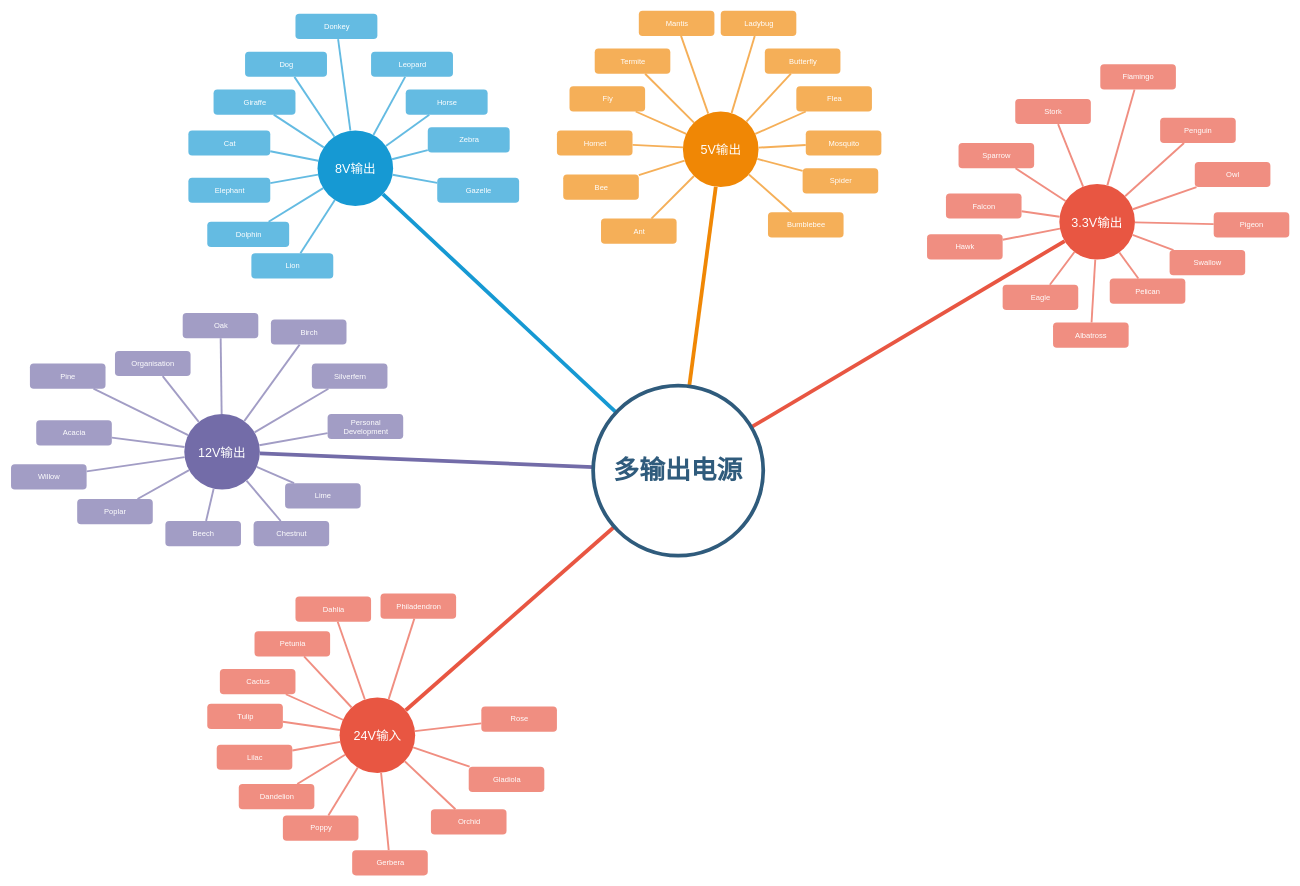
This is 未命名绘图.drawio from godmid/pic-for-cdn, a draw.io file, before an edit. Source tidied: cells renumbered, new cells numbered last; positions are measured from the earlier drawing's top-left corner, leaving out a move shared by most shapes. Both pictures are drawn from the tidied source at 63%, with x=0, y=0 at pixel (11, 11).
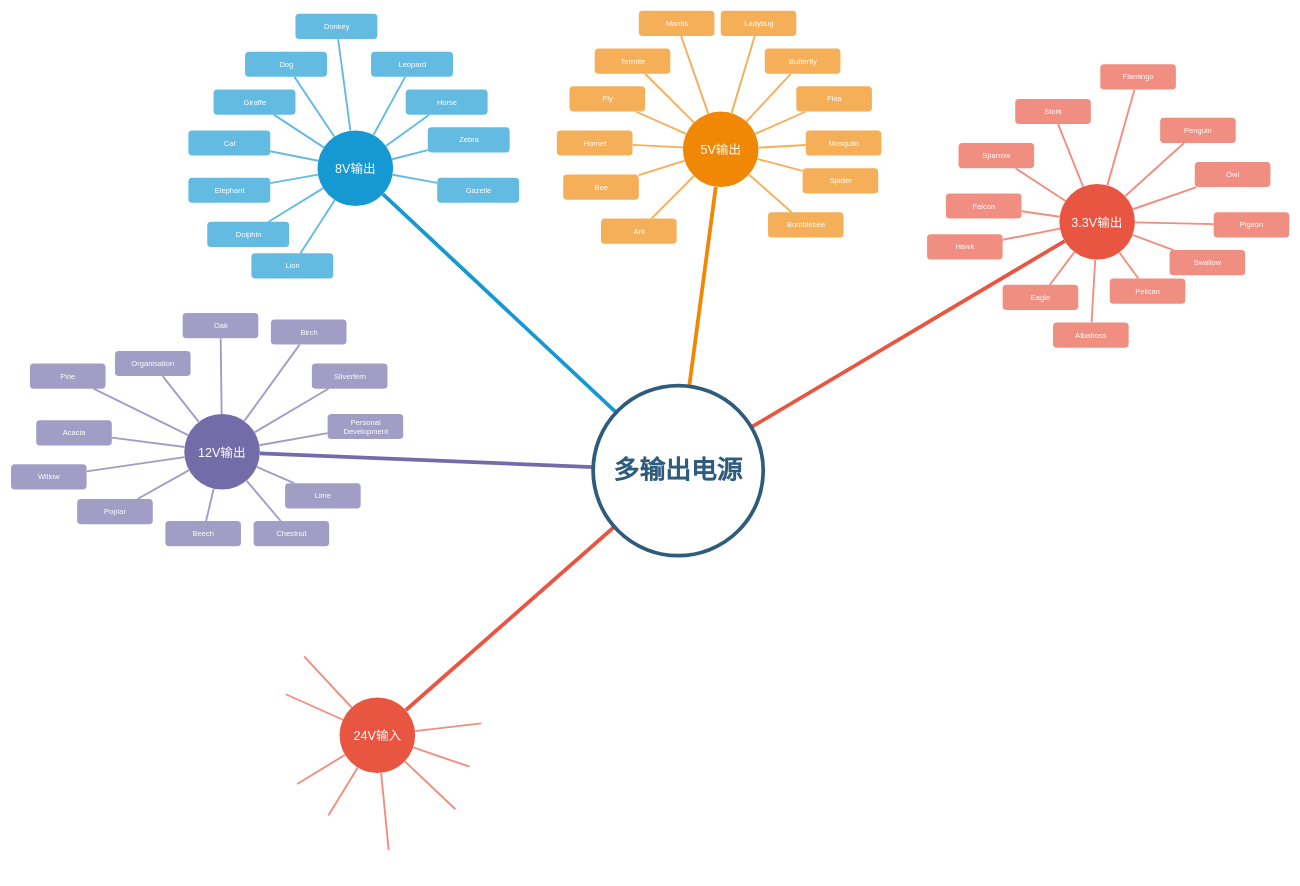
The same diagram, later.

Commit message (it also covers changes not shown here):
更新未命名绘图.drawio

Unchanged cells that the change refers to:
```xml
<mxCell id="5" value="24V输入" style="ellipse;whiteSpace=wrap;html=1;shadow=0;fontFamily=Helvetica;fontSize=20;fontColor=#FFFFFF;align=center;strokeWidth=3;fillColor=#E85642;strokeColor=none;" parent="1" vertex="1">
  <mxGeometry x="521.5" y="1089.5" width="120" height="120" as="geometry" />
</mxCell>
```

The edit, as a diff of the source:
```diff
@@
-    <mxCell id="81" value="Philadendron" style="rounded=1;fillColor=#f08e81;strokeColor=none;strokeWidth=3;shadow=0;html=1;fontColor=#FFFFFF;" parent="1" vertex="1">
-      <mxGeometry x="586.5" y="924.5" width="120" height="40" as="geometry" />
-    </mxCell>
-    <mxCell id="82" value="Dahlia" style="rounded=1;fillColor=#f08e81;strokeColor=none;strokeWidth=3;shadow=0;html=1;fontColor=#FFFFFF;" parent="1" vertex="1">
-      <mxGeometry x="451.5" y="929.5" width="120" height="40" as="geometry" />
-    </mxCell>
-    <mxCell id="83" value="Petunia" style="rounded=1;fillColor=#f08e81;strokeColor=none;strokeWidth=3;shadow=0;html=1;fontColor=#FFFFFF;" parent="1" vertex="1">
-      <mxGeometry x="386.5" y="984.5" width="120" height="40" as="geometry" />
-    </mxCell>
-    <mxCell id="84" value="Cactus" style="rounded=1;fillColor=#f08e81;strokeColor=none;strokeWidth=3;shadow=0;html=1;fontColor=#FFFFFF;" parent="1" vertex="1">
-      <mxGeometry x="331.5" y="1044.5" width="120" height="40" as="geometry" />
-    </mxCell>
-    <mxCell id="85" value="Tulip" style="rounded=1;fillColor=#f08e81;strokeColor=none;strokeWidth=3;shadow=0;html=1;fontColor=#FFFFFF;" parent="1" vertex="1">
-      <mxGeometry x="311.5" y="1099.5" width="120" height="40" as="geometry" />
-    </mxCell>
-    <mxCell id="86" value="Lilac" style="rounded=1;fillColor=#f08e81;strokeColor=none;strokeWidth=3;shadow=0;html=1;fontColor=#FFFFFF;" parent="1" vertex="1">
-      <mxGeometry x="326.5" y="1164.5" width="120" height="40" as="geometry" />
-    </mxCell>
-    <mxCell id="87" value="Dandelion" style="rounded=1;fillColor=#f08e81;strokeColor=none;strokeWidth=3;shadow=0;html=1;fontColor=#FFFFFF;" parent="1" vertex="1">
-      <mxGeometry x="361.5" y="1227" width="120" height="40" as="geometry" />
-    </mxCell>
-    <mxCell id="88" value="Poppy" style="rounded=1;fillColor=#f08e81;strokeColor=none;strokeWidth=3;shadow=0;html=1;fontColor=#FFFFFF;" parent="1" vertex="1">
-      <mxGeometry x="431.5" y="1277" width="120" height="40" as="geometry" />
-    </mxCell>
-    <mxCell id="89" value="Gerbera" style="rounded=1;fillColor=#f08e81;strokeColor=none;strokeWidth=3;shadow=0;html=1;fontColor=#FFFFFF;" parent="1" vertex="1">
-      <mxGeometry x="541.5" y="1332" width="120" height="40" as="geometry" />
-    </mxCell>
-    <mxCell id="90" value="Orchid" style="rounded=1;fillColor=#f08e81;strokeColor=none;strokeWidth=3;shadow=0;html=1;fontColor=#FFFFFF;" parent="1" vertex="1">
-      <mxGeometry x="666.5" y="1267" width="120" height="40" as="geometry" />
-    </mxCell>
-    <mxCell id="91" value="Gladiola" style="rounded=1;fillColor=#f08e81;strokeColor=none;strokeWidth=3;shadow=0;html=1;fontColor=#FFFFFF;" parent="1" vertex="1">
-      <mxGeometry x="726.5" y="1199.5" width="120" height="40" as="geometry" />
-    </mxCell>
-    <mxCell id="92" value="Rose" style="rounded=1;fillColor=#f08e81;strokeColor=none;strokeWidth=3;shadow=0;html=1;fontColor=#FFFFFF;" parent="1" vertex="1">
-      <mxGeometry x="746.5" y="1104" width="120" height="40" as="geometry" />
-    </mxCell>
-    <mxCell id="93" style="edgeStyle=none;endArrow=none;strokeWidth=3;strokeColor=#F08E81;html=1;" parent="1" edge="1" source="5" target="92">
-      <mxGeometry x="188.5" y="51.5" as="geometry" />
+    <mxCell id="93" style="edgeStyle=none;endArrow=none;strokeWidth=3;strokeColor=#F08E81;html=1;" parent="1" edge="1" source="5">
+      <mxGeometry x="188.5" y="51.5" as="geometry">
+        <mxPoint x="746.5" y="1130.8" as="targetPoint" />
+      </mxGeometry>
     </mxCell>
-    <mxCell id="94" style="edgeStyle=none;endArrow=none;strokeWidth=3;strokeColor=#F08E81;html=1;" parent="1" edge="1" source="5" target="81">
-      <mxGeometry x="188.5" y="51.5" as="geometry" />
-    </mxCell>
-    <mxCell id="95" style="edgeStyle=none;endArrow=none;strokeWidth=3;strokeColor=#F08E81;html=1;" parent="1" edge="1" source="5" target="82">
-      <mxGeometry x="188.5" y="51.5" as="geometry" />
-    </mxCell>
-    <mxCell id="96" style="edgeStyle=none;endArrow=none;strokeWidth=3;strokeColor=#F08E81;html=1;" parent="1" edge="1" source="5" target="83">
-      <mxGeometry x="188.5" y="51.5" as="geometry" />
+    <mxCell id="96" style="edgeStyle=none;endArrow=none;strokeWidth=3;strokeColor=#F08E81;html=1;" parent="1" edge="1" source="5">
+      <mxGeometry x="188.5" y="51.5" as="geometry">
+        <mxPoint x="465.1" y="1024.5" as="targetPoint" />
+      </mxGeometry>
     </mxCell>
-    <mxCell id="97" style="edgeStyle=none;endArrow=none;strokeWidth=3;strokeColor=#F08E81;html=1;" parent="1" edge="1" source="5" target="84">
-      <mxGeometry x="188.5" y="51.5" as="geometry" />
+    <mxCell id="97" style="edgeStyle=none;endArrow=none;strokeWidth=3;strokeColor=#F08E81;html=1;" parent="1" edge="1" source="5">
+      <mxGeometry x="188.5" y="51.5" as="geometry">
+        <mxPoint x="436.2" y="1084.5" as="targetPoint" />
+      </mxGeometry>
     </mxCell>
-    <mxCell id="98" style="edgeStyle=none;endArrow=none;strokeWidth=3;strokeColor=#F08E81;html=1;" parent="1" edge="1" source="5" target="85">
-      <mxGeometry x="188.5" y="51.5" as="geometry" />
-    </mxCell>
-    <mxCell id="99" style="edgeStyle=none;endArrow=none;strokeWidth=3;strokeColor=#F08E81;html=1;" parent="1" edge="1" source="5" target="86">
-      <mxGeometry x="188.5" y="51.5" as="geometry" />
-    </mxCell>
-    <mxCell id="100" style="edgeStyle=none;endArrow=none;strokeWidth=3;strokeColor=#F08E81;html=1;" parent="1" edge="1" source="5" target="87">
-      <mxGeometry x="188.5" y="51.5" as="geometry" />
+    <mxCell id="100" style="edgeStyle=none;endArrow=none;strokeWidth=3;strokeColor=#F08E81;html=1;" parent="1" edge="1" source="5">
+      <mxGeometry x="188.5" y="51.5" as="geometry">
+        <mxPoint x="454.3" y="1227" as="targetPoint" />
+      </mxGeometry>
     </mxCell>
-    <mxCell id="101" style="edgeStyle=none;endArrow=none;strokeWidth=3;strokeColor=#F08E81;html=1;" parent="1" edge="1" source="5" target="88">
-      <mxGeometry x="188.5" y="51.5" as="geometry" />
+    <mxCell id="101" style="edgeStyle=none;endArrow=none;strokeWidth=3;strokeColor=#F08E81;html=1;" parent="1" edge="1" source="5">
+      <mxGeometry x="188.5" y="51.5" as="geometry">
+        <mxPoint x="503.7" y="1277" as="targetPoint" />
+      </mxGeometry>
     </mxCell>
-    <mxCell id="102" style="edgeStyle=none;endArrow=none;strokeWidth=3;strokeColor=#F08E81;html=1;" parent="1" edge="1" source="5" target="89">
-      <mxGeometry x="188.5" y="51.5" as="geometry" />
+    <mxCell id="102" style="edgeStyle=none;endArrow=none;strokeWidth=3;strokeColor=#F08E81;html=1;" parent="1" edge="1" source="5">
+      <mxGeometry x="188.5" y="51.5" as="geometry">
+        <mxPoint x="599.5" y="1332" as="targetPoint" />
+      </mxGeometry>
     </mxCell>
-    <mxCell id="103" style="edgeStyle=none;endArrow=none;strokeWidth=3;strokeColor=#F08E81;html=1;" parent="1" edge="1" source="5" target="90">
-      <mxGeometry x="188.5" y="51.5" as="geometry" />
+    <mxCell id="103" style="edgeStyle=none;endArrow=none;strokeWidth=3;strokeColor=#F08E81;html=1;" parent="1" edge="1" source="5">
+      <mxGeometry x="188.5" y="51.5" as="geometry">
+        <mxPoint x="705.4" y="1267" as="targetPoint" />
+      </mxGeometry>
     </mxCell>
-    <mxCell id="104" style="edgeStyle=none;endArrow=none;strokeWidth=3;strokeColor=#F08E81;html=1;" parent="1" edge="1" source="5" target="91">
-      <mxGeometry x="188.5" y="51.5" as="geometry" />
+    <mxCell id="104" style="edgeStyle=none;endArrow=none;strokeWidth=3;strokeColor=#F08E81;html=1;" parent="1" edge="1" source="5">
+      <mxGeometry x="188.5" y="51.5" as="geometry">
+        <mxPoint x="727.9" y="1199.5" as="targetPoint" />
+      </mxGeometry>
     </mxCell>
```
